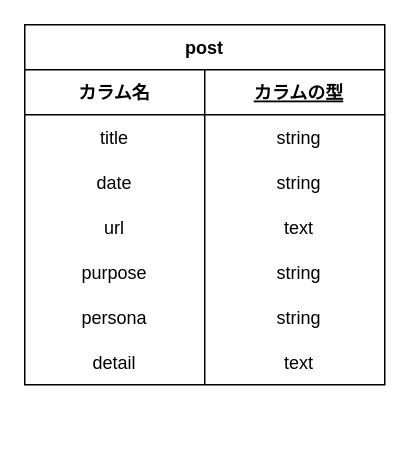
Earlier version of the draw.io diagram er.dio (iniwa-takaya/my-portfolio). Source tidied: cells renumbered, new cells numbered last; positions are measured from the earlier drawing's top-left corner, leaving out a move shared by most shapes. Both pictures are drawn from the tidied source at 150%, with x=0, y=0 at pixel (24, 24).
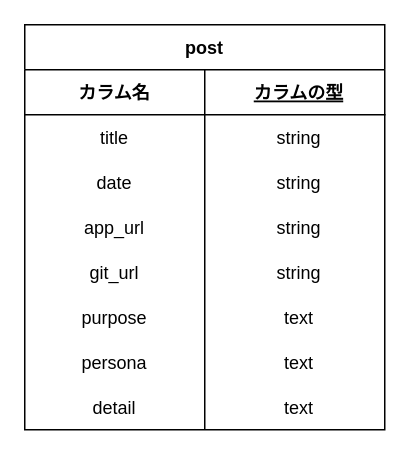
Above is the later version.

Unchanged cells that the change refers to:
```xml
<mxCell id="12" style="shape=partialRectangle;fillColor=none;top=0;left=0;bottom=0;right=0;" parent="2" vertex="1">
  <mxGeometry y="120" width="240" height="30" as="geometry" />
</mxCell>
<mxCell id="15" style="shape=partialRectangle;fillColor=none;top=0;left=0;bottom=0;right=0;" parent="2" vertex="1">
  <mxGeometry y="150" width="240" height="30" as="geometry" />
</mxCell>
<mxCell id="18" style="shape=partialRectangle;fillColor=none;top=0;left=0;bottom=0;right=0;" parent="2" vertex="1">
  <mxGeometry y="180" width="240" height="30" as="geometry" />
</mxCell>
<mxCell id="21" style="shape=partialRectangle;fillColor=none;top=0;left=0;bottom=0;right=0;" parent="2" vertex="1">
  <mxGeometry y="210" width="240" height="30" as="geometry" />
</mxCell>
```

Change to the diagram source:
```diff
@@
     <mxCell id="2" value="post" style="shape=table;startSize=30;childLayout=tableLayout;rowLines=0;fontStyle=1;align=center;" parent="1" vertex="1">
-      <mxGeometry width="240" height="240" as="geometry" />
+      <mxGeometry width="240" height="270" as="geometry" />
     </mxCell>
@@
-    <mxCell id="13" value="url" style="shape=partialRectangle;fillColor=none;top=0;left=0;bottom=0;right=0;overflow=hidden;" parent="12" vertex="1">
+    <mxCell id="13" value="app_url" style="shape=partialRectangle;fillColor=none;top=0;left=0;bottom=0;right=0;overflow=hidden;" parent="12" vertex="1">
       <mxGeometry width="120" height="30" as="geometry" />
     </mxCell>
-    <mxCell id="14" value="text" style="shape=partialRectangle;fillColor=none;top=0;left=0;bottom=0;right=0;align=center;spacingLeft=6;overflow=hidden;" parent="12" vertex="1">
+    <mxCell id="14" value="string" style="shape=partialRectangle;fillColor=none;top=0;left=0;bottom=0;right=0;align=center;spacingLeft=6;overflow=hidden;" parent="12" vertex="1">
       <mxGeometry x="120" width="120" height="30" as="geometry" />
     </mxCell>
@@
-    <mxCell id="16" value="purpose" style="shape=partialRectangle;fillColor=none;top=0;left=0;bottom=0;right=0;overflow=hidden;" parent="15" vertex="1">
+    <mxCell id="16" value="git_url" style="shape=partialRectangle;fillColor=none;top=0;left=0;bottom=0;right=0;overflow=hidden;" parent="15" vertex="1">
       <mxGeometry width="120" height="30" as="geometry" />
     </mxCell>
@@
-    <mxCell id="19" value="persona" style="shape=partialRectangle;fillColor=none;top=0;left=0;bottom=0;right=0;overflow=hidden;" parent="18" vertex="1">
+    <mxCell id="19" value="purpose" style="shape=partialRectangle;fillColor=none;top=0;left=0;bottom=0;right=0;overflow=hidden;" parent="18" vertex="1">
       <mxGeometry width="120" height="30" as="geometry" />
     </mxCell>
-    <mxCell id="20" value="string" style="shape=partialRectangle;fillColor=none;top=0;left=0;bottom=0;right=0;align=center;spacingLeft=6;overflow=hidden;" parent="18" vertex="1">
+    <mxCell id="20" value="text" style="shape=partialRectangle;fillColor=none;top=0;left=0;bottom=0;right=0;align=center;spacingLeft=6;overflow=hidden;" parent="18" vertex="1">
       <mxGeometry x="120" width="120" height="30" as="geometry" />
     </mxCell>
@@
-    <mxCell id="22" value="detail" style="shape=partialRectangle;fillColor=none;top=0;left=0;bottom=0;right=0;overflow=hidden;" parent="21" vertex="1">
+    <mxCell id="22" value="persona" style="shape=partialRectangle;fillColor=none;top=0;left=0;bottom=0;right=0;overflow=hidden;" parent="21" vertex="1">
       <mxGeometry width="120" height="30" as="geometry" />
     </mxCell>
@@
+    <mxCell id="24" style="shape=partialRectangle;fillColor=none;top=0;left=0;bottom=0;right=0;" parent="2" vertex="1">
+      <mxGeometry y="240" width="240" height="30" as="geometry" />
+    </mxCell>
+    <mxCell id="25" value="detail" style="shape=partialRectangle;fillColor=none;top=0;left=0;bottom=0;right=0;overflow=hidden;" parent="24" vertex="1">
+      <mxGeometry width="120" height="30" as="geometry" />
+    </mxCell>
+    <mxCell id="26" value="text" style="shape=partialRectangle;fillColor=none;top=0;left=0;bottom=0;right=0;align=center;spacingLeft=6;overflow=hidden;" parent="24" vertex="1">
+      <mxGeometry x="120" width="120" height="30" as="geometry" />
+    </mxCell>
```
